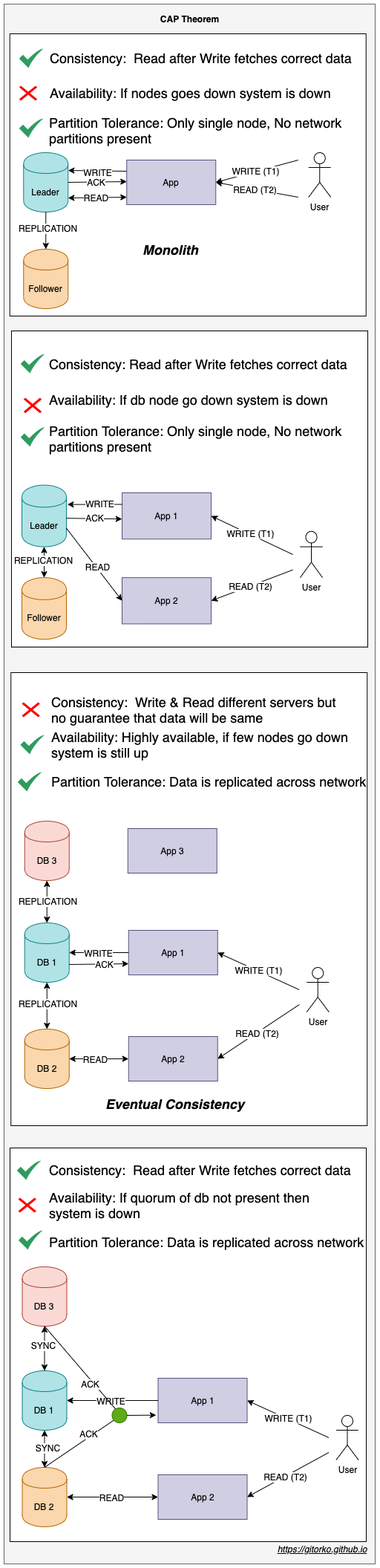
Earlier version of the draw.io export post/grokking-the-system-design-interview/cap-theorem.png (gitorko/gitorko.github.io). Source tidied: cells renumbered, new cells last; positions are measured from the earlier drawing's top-left corner, leaving out a move shared by most shapes.
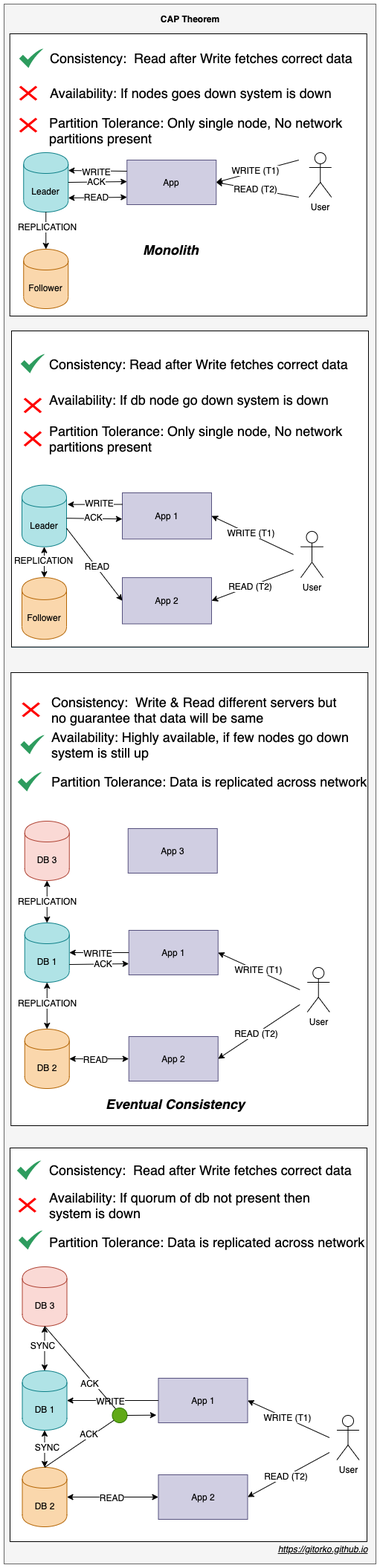
Later version of the same file.

What changed in the source:
```diff
@@ -264,9 +264,6 @@
         <mxPoint y="-1" as="offset" />
       </mxGeometry>
     </mxCell>
-    <mxCell id="78" style="html=1;strokeColor=none;shadow=0;align=center;verticalAlign=top;fillColor=#2D9C5E;shape=mxgraph.gcp2.check;" parent="66" vertex="1">
-      <mxGeometry x="12.2" y="129.7" width="32.5" height="26" as="geometry" />
-    </mxCell>
     <mxCell id="79" value="&lt;font style=&quot;font-size: 18px&quot;&gt;Availability: If db node go down system is down&lt;/font&gt;" style="text;html=1;strokeColor=none;fillColor=none;align=left;verticalAlign=middle;whiteSpace=wrap;rounded=0;" parent="66" vertex="1">
       <mxGeometry x="49" y="83" width="410" height="20.8" as="geometry" />
     </mxCell>
@@ -310,6 +307,9 @@
         <mxPoint x="11.7" y="-2.1" as="offset" />
       </mxGeometry>
     </mxCell>
+    <mxCell id="118" style="shape=mxgraph.mockup.markup.redX;fillColor=#ff0000;html=1;shadow=0;strokeColor=none;" parent="66" vertex="1">
+      <mxGeometry x="16.2" y="134.9" width="24.5" height="20.8" as="geometry" />
+    </mxCell>
     <mxCell id="91" value="https://gitorko.github.io" style="text;html=1;strokeColor=none;fillColor=none;align=center;verticalAlign=middle;whiteSpace=wrap;rounded=0;fontStyle=6;" parent="1" vertex="1">
       <mxGeometry x="369.2" y="2070" width="120" height="20" as="geometry" />
     </mxCell>
@@ -408,8 +408,8 @@
         <mxPoint x="-14" as="offset" />
       </mxGeometry>
     </mxCell>
-    <mxCell id="117" style="html=1;strokeColor=none;shadow=0;align=center;verticalAlign=top;fillColor=#2D9C5E;shape=mxgraph.gcp2.check;" parent="93" vertex="1">
-      <mxGeometry x="12.5" y="114" width="32.5" height="26" as="geometry" />
-    </mxCell>
+    <mxCell id="119" style="shape=mxgraph.mockup.markup.redX;fillColor=#ff0000;html=1;shadow=0;strokeColor=none;" parent="1" vertex="1">
+      <mxGeometry x="20.2" y="153" width="24.5" height="20" as="geometry" />
+    </mxCell>
   </root>
 </mxGraphModel>
```
